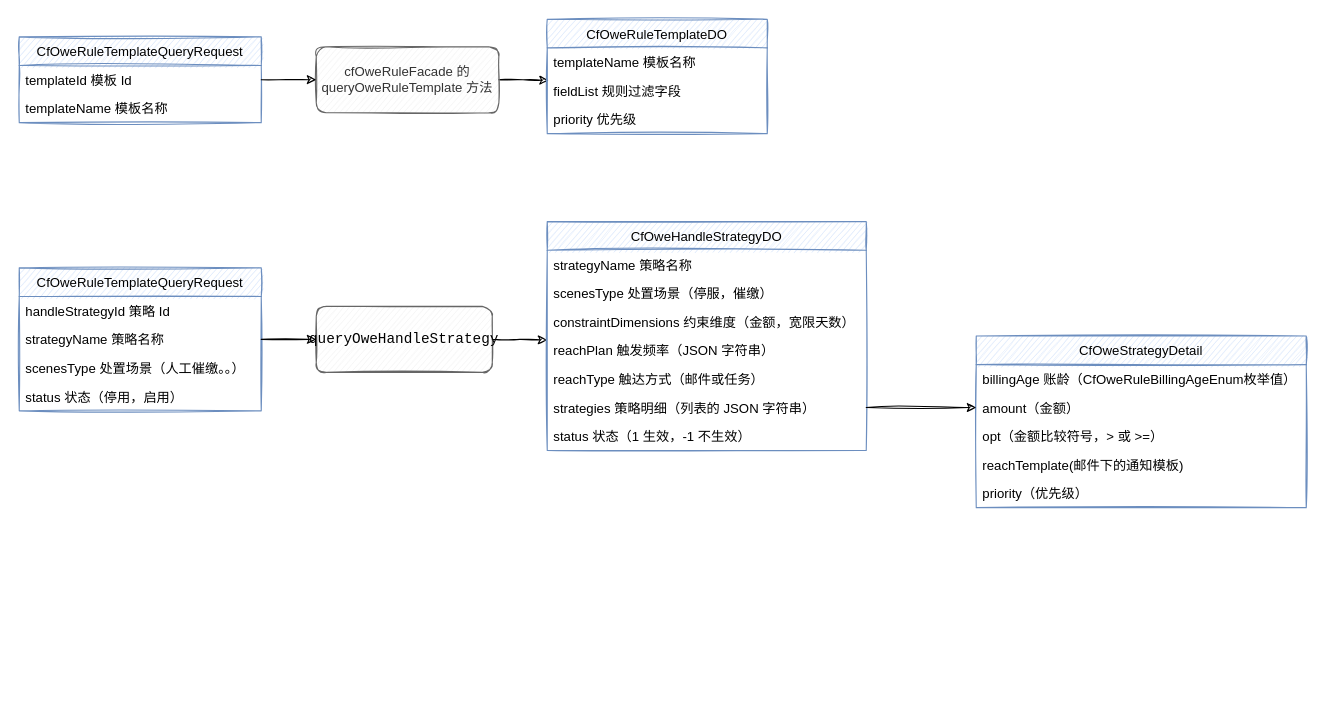
Lichit-bot/hello-computer keeps this draw.io diagram as page "OweRuleFacade" (3 of 3) of Untitled Diagram.drawio. Above is the earlier version. Source tidied: cells renumbered, new cells numbered last; positions are measured from the earlier drawing's top-left corner, leaving out a move shared by most shapes. Both pictures are drawn from the tidied source at 110%, with x=0, y=0 at pixel (19, 19).
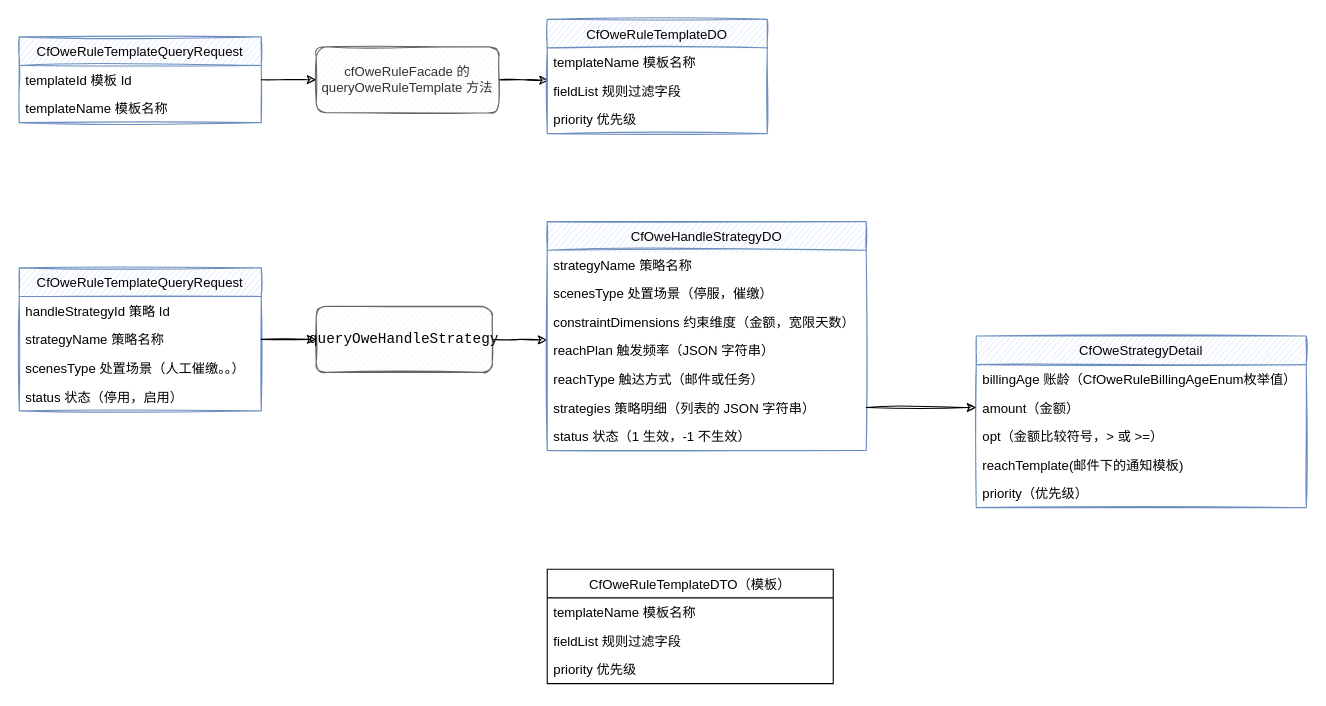
The same diagram, later.

The edit, as a diff of the source:
```diff
@@
+    <mxCell id="35" value="CfOweRuleTemplateDTO（模板）" style="swimlane;fontStyle=0;horizontal=1;startSize=26;" parent="1" vertex="1">
+      <mxGeometry x="480" y="500" width="260" height="104" as="geometry" />
+    </mxCell>
+    <mxCell id="36" value="templateName 模板名称" style="text;strokeColor=none;fillColor=none;align=left;verticalAlign=top;spacingLeft=4;spacingRight=4;overflow=hidden;" parent="35" vertex="1">
+      <mxGeometry y="26" width="260" height="26" as="geometry" />
+    </mxCell>
+    <mxCell id="37" value="fieldList 规则过滤字段" style="text;strokeColor=none;fillColor=none;align=left;verticalAlign=top;spacingLeft=4;spacingRight=4;overflow=hidden;" parent="35" vertex="1">
+      <mxGeometry y="52" width="260" height="26" as="geometry" />
+    </mxCell>
+    <mxCell id="38" value="priority 优先级" style="text;strokeColor=none;fillColor=none;align=left;verticalAlign=top;spacingLeft=4;spacingRight=4;overflow=hidden;" parent="35" vertex="1">
+      <mxGeometry y="78" width="260" height="26" as="geometry" />
+    </mxCell>
```
